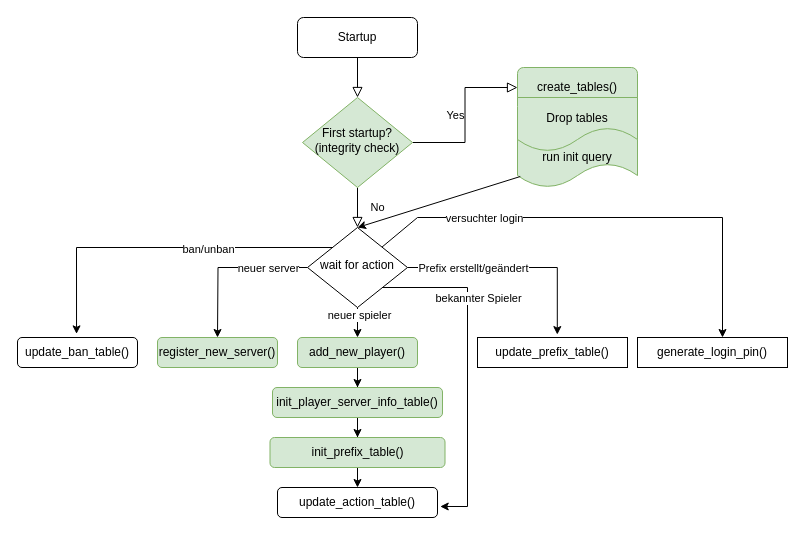
Earlier version of the draw.io diagram database/flowchart.drawio (Tobias-Auer/MCConnect). Source tidied: cells renumbered, new cells numbered last; positions are measured from the earlier drawing's top-left corner, leaving out a move shared by most shapes. Both pictures are drawn from the tidied source at 100%, with x=0, y=0 at pixel (17, 17).
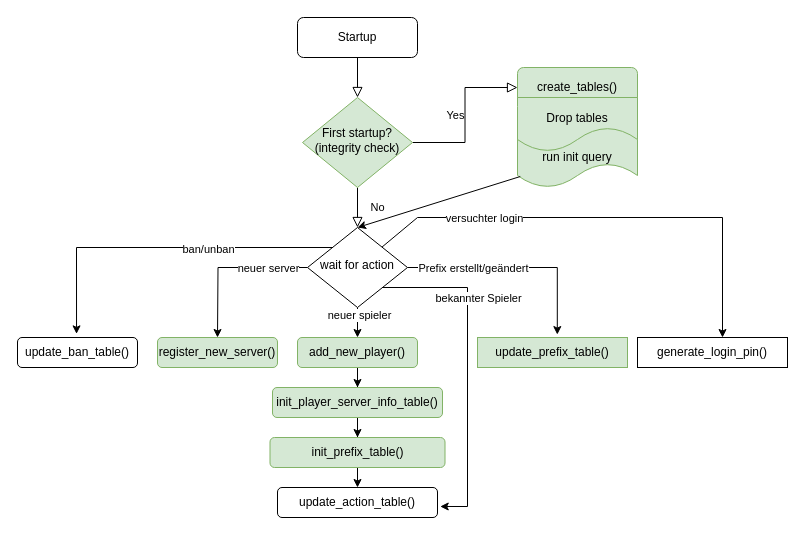
After the change.

The edit, as a diff of the source:
```diff
@@
-    <mxCell id="30" value="update_prefix_table()" style="rounded=0;whiteSpace=wrap;html=1;" parent="1" vertex="1">
+    <mxCell id="30" value="update_prefix_table()" style="rounded=0;whiteSpace=wrap;html=1;fillColor=#d5e8d4;strokeColor=#82b366;" parent="1" vertex="1">
       <mxGeometry x="460" y="320" width="150" height="30" as="geometry" />
     </mxCell>
```
